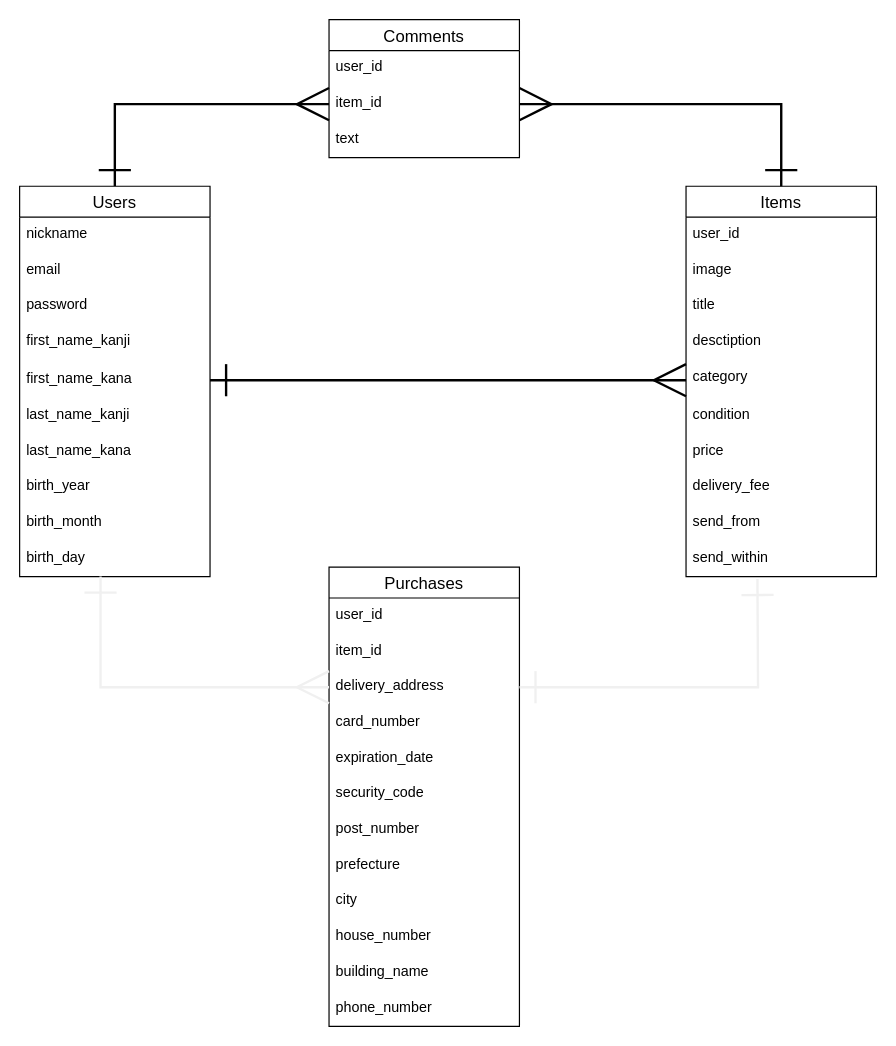
Malakir3/furima-34807 keeps this draw.io diagram as Database_design.dio. Above is the earlier version. Source tidied: cells renumbered, new cells numbered last; positions are measured from the earlier drawing's top-left corner, leaving out a move shared by most shapes. Both pictures are drawn from the tidied source at 119%, with x=0, y=0 at pixel (19, 19).
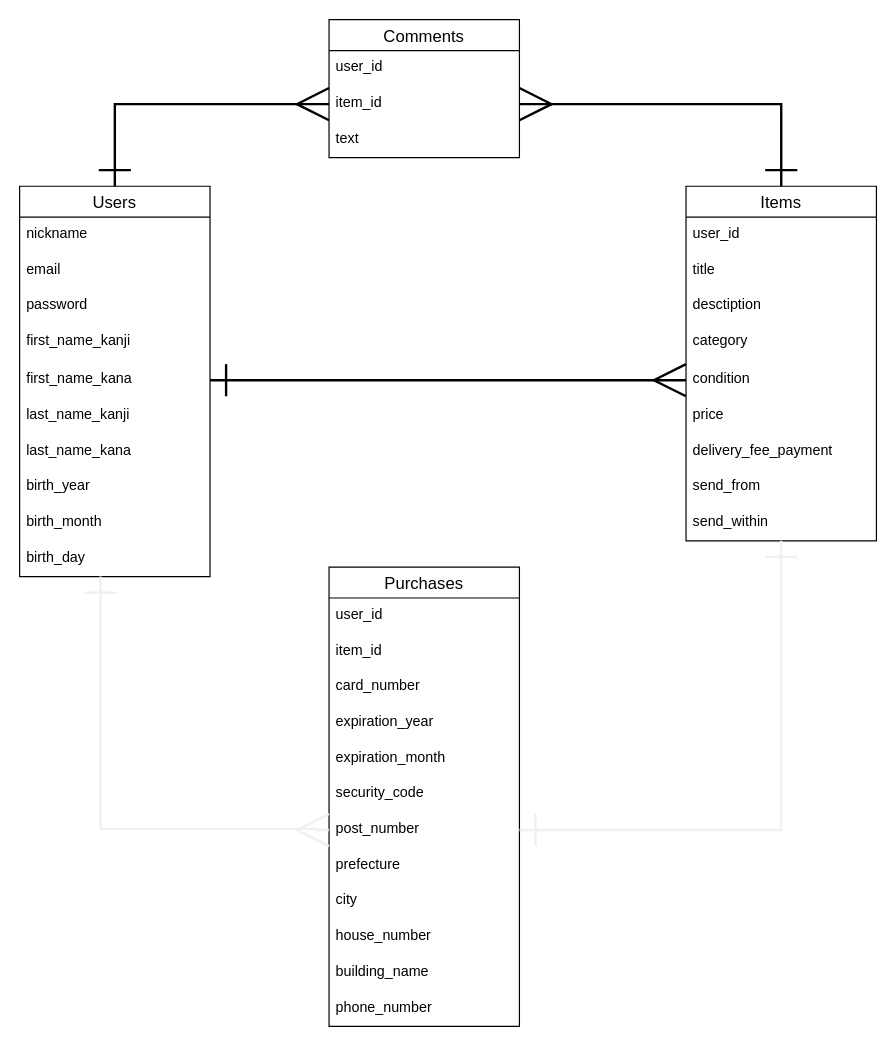
The same page after the edit.

The change refers to these unchanged cells:
```xml
<mxCell id="13" value="birth_day" style="text;strokeColor=none;fillColor=none;spacingLeft=4;spacingRight=4;overflow=hidden;points=[[0,0.5],[1,0.5]];portConstraint=eastwest;fontSize=12;fontStyle=0;" parent="3" vertex="1">
  <mxGeometry y="298" width="160" height="30" as="geometry" />
</mxCell>
<mxCell id="29" value="Purchases" style="swimlane;fontStyle=0;horizontal=1;startSize=26;align=center;fontSize=14;" parent="1" vertex="1">
  <mxGeometry x="260" y="460" width="160" height="386" as="geometry" />
</mxCell>
<mxCell id="36" value="post_number" style="text;strokeColor=none;fillColor=none;spacingLeft=4;spacingRight=4;overflow=hidden;points=[[0,0.5],[1,0.5]];portConstraint=eastwest;fontSize=12;" parent="29" vertex="1">
  <mxGeometry y="206" width="160" height="30" as="geometry" />
</mxCell>
```

The edit, as a diff of the source:
```diff
@@
     <mxCell id="14" value="Items" style="swimlane;fontStyle=0;horizontal=1;startSize=26;align=center;fontSize=14;" parent="1" vertex="1">
-      <mxGeometry x="560" y="140" width="160" height="328" as="geometry" />
+      <mxGeometry x="560" y="140" width="160" height="298" as="geometry" />
     </mxCell>
@@
-    <mxCell id="16" value="image" style="text;strokeColor=none;fillColor=none;spacingLeft=4;spacingRight=4;overflow=hidden;fontSize=12;" parent="14" vertex="1">
-      <mxGeometry y="56" width="160" height="30" as="geometry" />
-    </mxCell>
     <mxCell id="17" value="title" style="text;strokeColor=none;fillColor=none;spacingLeft=4;spacingRight=4;overflow=hidden;fontSize=12;" parent="14" vertex="1">
-      <mxGeometry y="86" width="160" height="30" as="geometry" />
+      <mxGeometry y="56" width="160" height="30" as="geometry" />
     </mxCell>
     <mxCell id="18" value="desctiption" style="text;strokeColor=none;fillColor=none;spacingLeft=4;spacingRight=4;overflow=hidden;fontSize=12;" parent="14" vertex="1">
-      <mxGeometry y="116" width="160" height="30" as="geometry" />
+      <mxGeometry y="86" width="160" height="30" as="geometry" />
     </mxCell>
     <mxCell id="19" value="category" style="text;strokeColor=none;fillColor=none;spacingLeft=4;spacingRight=4;overflow=hidden;fontSize=12;fontStyle=0;" parent="14" vertex="1">
-      <mxGeometry y="146" width="160" height="32" as="geometry" />
+      <mxGeometry y="116" width="160" height="32" as="geometry" />
     </mxCell>
     <mxCell id="20" value="condition" style="text;strokeColor=none;fillColor=none;spacingLeft=4;spacingRight=4;overflow=hidden;fontSize=12;" parent="14" vertex="1">
-      <mxGeometry y="178" width="160" height="30" as="geometry" />
+      <mxGeometry y="148" width="160" height="30" as="geometry" />
     </mxCell>
     <mxCell id="21" value="price" style="text;strokeColor=none;fillColor=none;spacingLeft=4;spacingRight=4;overflow=hidden;fontSize=12;" parent="14" vertex="1">
-      <mxGeometry y="208" width="160" height="30" as="geometry" />
+      <mxGeometry y="178" width="160" height="30" as="geometry" />
     </mxCell>
-    <mxCell id="22" value="delivery_fee" style="text;strokeColor=none;fillColor=none;spacingLeft=4;spacingRight=4;overflow=hidden;fontSize=12;" parent="14" vertex="1">
-      <mxGeometry y="238" width="160" height="30" as="geometry" />
+    <mxCell id="22" value="delivery_fee_payment" style="text;strokeColor=none;fillColor=none;spacingLeft=4;spacingRight=4;overflow=hidden;fontSize=12;" parent="14" vertex="1">
+      <mxGeometry y="208" width="160" height="30" as="geometry" />
     </mxCell>
     <mxCell id="23" value="send_from" style="text;strokeColor=none;fillColor=none;spacingLeft=4;spacingRight=4;overflow=hidden;fontSize=12;" parent="14" vertex="1">
-      <mxGeometry y="268" width="160" height="30" as="geometry" />
+      <mxGeometry y="238" width="160" height="30" as="geometry" />
     </mxCell>
     <mxCell id="24" value="send_within" style="text;strokeColor=none;fillColor=none;spacingLeft=4;spacingRight=4;overflow=hidden;points=[[0,0.5],[1,0.5]];portConstraint=eastwest;fontSize=12;" parent="14" vertex="1">
-      <mxGeometry y="298" width="160" height="30" as="geometry" />
+      <mxGeometry y="268" width="160" height="30" as="geometry" />
     </mxCell>
@@
-    <mxCell id="32" value="delivery_address" style="text;strokeColor=none;fillColor=none;spacingLeft=4;spacingRight=4;overflow=hidden;points=[[0,0.5],[1,0.5]];portConstraint=eastwest;fontSize=12;fontStyle=0;" parent="29" vertex="1">
-      <mxGeometry y="86" width="160" height="30" as="geometry" />
-    </mxCell>
     <mxCell id="33" value="card_number" style="text;strokeColor=none;fillColor=none;spacingLeft=4;spacingRight=4;overflow=hidden;fontSize=12;" parent="29" vertex="1">
-      <mxGeometry y="116" width="160" height="30" as="geometry" />
+      <mxGeometry y="86" width="160" height="30" as="geometry" />
     </mxCell>
-    <mxCell id="34" value="expiration_date" style="text;strokeColor=none;fillColor=none;spacingLeft=4;spacingRight=4;overflow=hidden;fontSize=12;" parent="29" vertex="1">
-      <mxGeometry y="146" width="160" height="30" as="geometry" />
+    <mxCell id="34" value="expiration_year" style="text;strokeColor=none;fillColor=none;spacingLeft=4;spacingRight=4;overflow=hidden;fontSize=12;" parent="29" vertex="1">
+      <mxGeometry y="116" width="160" height="30" as="geometry" />
     </mxCell>
+    <mxCell id="41" value="expiration_month" style="text;strokeColor=none;fillColor=none;spacingLeft=4;spacingRight=4;overflow=hidden;fontSize=12;" parent="29" vertex="1">
+      <mxGeometry y="146" width="160" height="30" as="geometry" />
+    </mxCell>
@@
-    <mxCell id="41" value="phone_number" style="text;strokeColor=none;fillColor=none;spacingLeft=4;spacingRight=4;overflow=hidden;fontSize=12;" parent="29" vertex="1">
-      <mxGeometry y="356" width="160" height="30" as="geometry" />
-    </mxCell>
+    <mxCell id="46" value="phone_number" style="text;strokeColor=none;fillColor=none;spacingLeft=4;spacingRight=4;overflow=hidden;fontSize=12;" parent="29" vertex="1">
+      <mxGeometry y="356" width="160" height="30" as="geometry" />
+    </mxCell>
@@
-    <mxCell id="44" style="edgeStyle=orthogonalEdgeStyle;jettySize=auto;html=1;exitX=1;exitY=0.5;exitDx=0;exitDy=0;startArrow=ERone;startFill=0;startSize=24;endArrow=ERone;endFill=0;endSize=24;strokeColor=#f0f0f0;strokeWidth=2;rounded=0;" parent="1" edge="1" source="32">
+    <mxCell id="44" style="edgeStyle=orthogonalEdgeStyle;jettySize=auto;html=1;exitX=1;exitY=0.5;exitDx=0;exitDy=0;startArrow=ERone;startFill=0;startSize=24;endArrow=ERone;endFill=0;endSize=24;strokeColor=#f0f0f0;strokeWidth=2;rounded=0;" parent="1" edge="1" target="24">
       <mxGeometry relative="1" as="geometry">
-        <mxPoint x="620" y="470" as="targetPoint" />
+        <mxPoint x="420" y="681" as="sourcePoint" />
+        <Array as="points">
+          <mxPoint x="640" y="681" />
+        </Array>
       </mxGeometry>
     </mxCell>
-    <mxCell id="45" style="edgeStyle=orthogonalEdgeStyle;rounded=0;jettySize=auto;html=1;exitX=0;exitY=0.5;exitDx=0;exitDy=0;entryX=0.425;entryY=1;entryDx=0;entryDy=0;entryPerimeter=0;startArrow=ERmany;startFill=0;startSize=24;endArrow=ERone;endFill=0;endSize=24;strokeColor=#f0f0f0;strokeWidth=2;" parent="1" edge="1" source="32" target="13">
-      <mxGeometry relative="1" as="geometry" />
+    <mxCell id="45" style="edgeStyle=orthogonalEdgeStyle;rounded=0;jettySize=auto;html=1;entryX=0.425;entryY=1;entryDx=0;entryDy=0;entryPerimeter=0;startArrow=ERmany;startFill=0;startSize=24;endArrow=ERone;endFill=0;endSize=24;strokeColor=#f0f0f0;strokeWidth=2;exitX=0;exitY=0.5;exitDx=0;exitDy=0;" parent="1" edge="1" source="36" target="13">
+      <mxGeometry relative="1" as="geometry">
+        <Array as="points">
+          <mxPoint x="250" y="681" />
+          <mxPoint x="250" y="680" />
+          <mxPoint x="68" y="680" />
+        </Array>
+      </mxGeometry>
     </mxCell>
```
